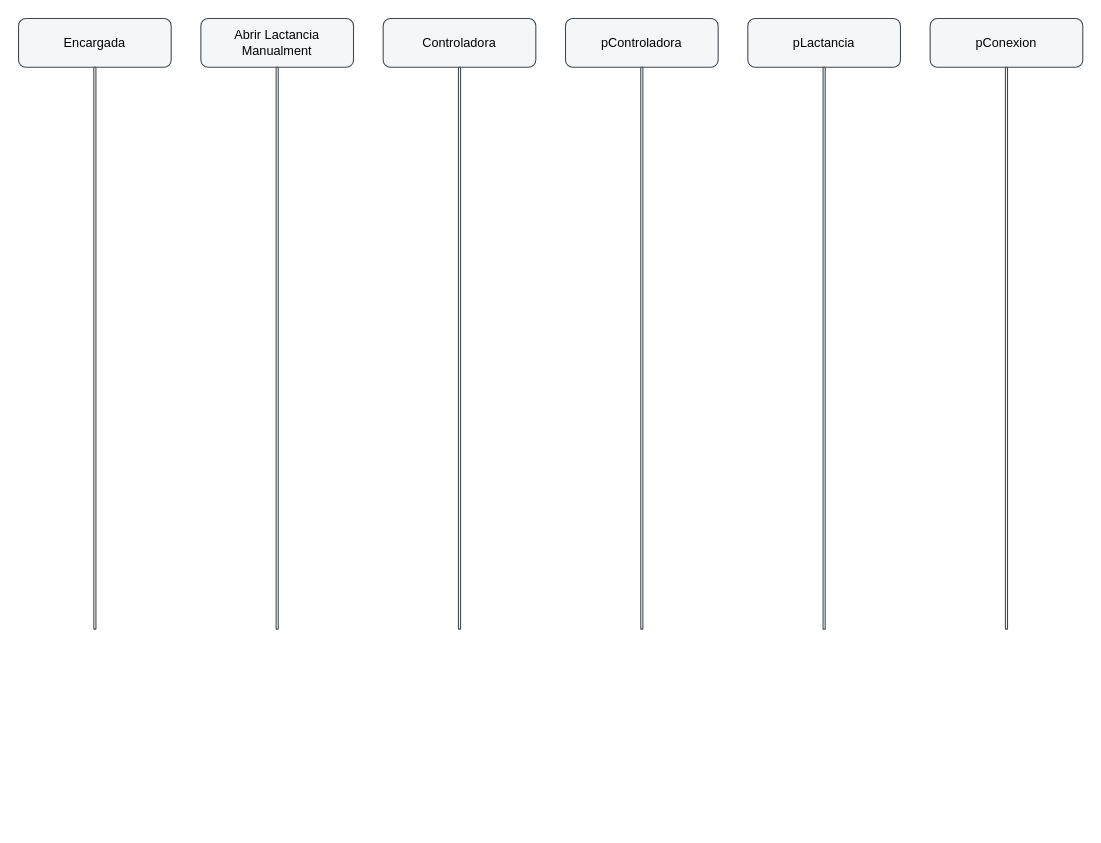
Earlier version of the draw.io diagram docs/diagramas/secuencia/secuencia-cu18.drawio (santinodelmonte/Tesis). Source tidied: cells renumbered, new cells numbered last; positions are measured from the earlier drawing's top-left corner, leaving out a move shared by most shapes. Both pictures are drawn from the tidied source at 106%, with x=0, y=0 at pixel (18, 18).
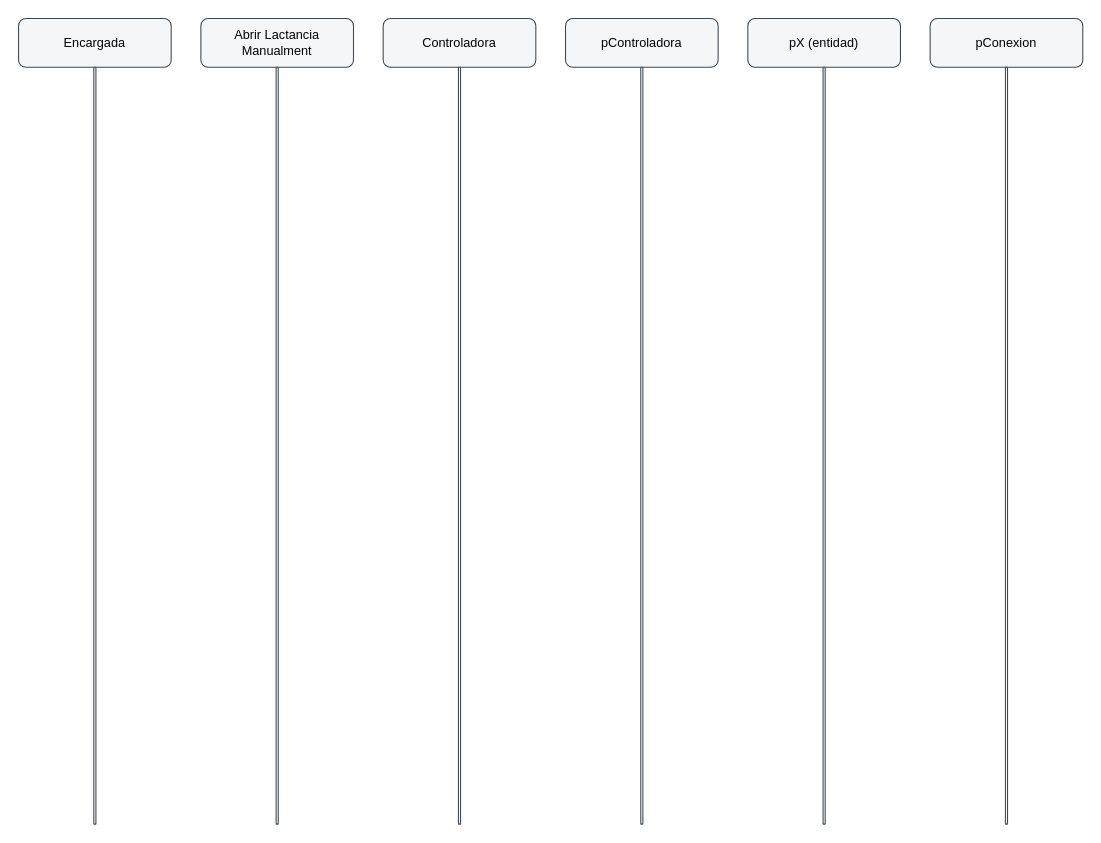
After the change.

Change to the diagram source:
```diff
@@
 <mxGraphModel>
   <root>
     <mxCell id="0" />
     <mxCell id="1" parent="0" />
     <mxCell id="2" value="Encargada" style="rounded=1;whiteSpace=wrap;html=1;fillColor=#f4f6f8;strokeColor=#40484f;" parent="1" vertex="1">
       <mxGeometry width="144" height="46" as="geometry" />
     </mxCell>
     <mxCell id="3" style="rounded=1;whiteSpace=wrap;html=1;fillColor=#f4f6f8;strokeColor=#40484f;" parent="1" vertex="1">
-      <mxGeometry x="71" y="46" width="2" height="530" as="geometry" />
+      <mxGeometry x="71" y="46" width="2" height="714" as="geometry" />
     </mxCell>
     <mxCell id="4" value="Abrir Lactancia Manualment" style="rounded=1;whiteSpace=wrap;html=1;fillColor=#f4f6f8;strokeColor=#40484f;" parent="1" vertex="1">
       <mxGeometry x="172" width="144" height="46" as="geometry" />
     </mxCell>
     <mxCell id="5" style="rounded=1;whiteSpace=wrap;html=1;fillColor=#f4f6f8;strokeColor=#40484f;" parent="1" vertex="1">
-      <mxGeometry x="243" y="46" width="2" height="530" as="geometry" />
+      <mxGeometry x="243" y="46" width="2" height="714" as="geometry" />
     </mxCell>
     <mxCell id="6" value="Controladora" style="rounded=1;whiteSpace=wrap;html=1;fillColor=#f4f6f8;strokeColor=#40484f;" parent="1" vertex="1">
       <mxGeometry x="344" width="144" height="46" as="geometry" />
     </mxCell>
     <mxCell id="7" style="rounded=1;whiteSpace=wrap;html=1;fillColor=#f4f6f8;strokeColor=#40484f;" parent="1" vertex="1">
-      <mxGeometry x="415" y="46" width="2" height="530" as="geometry" />
+      <mxGeometry x="415" y="46" width="2" height="714" as="geometry" />
     </mxCell>
     <mxCell id="8" value="pControladora" style="rounded=1;whiteSpace=wrap;html=1;fillColor=#f4f6f8;strokeColor=#40484f;" parent="1" vertex="1">
       <mxGeometry x="516" width="144" height="46" as="geometry" />
     </mxCell>
     <mxCell id="9" style="rounded=1;whiteSpace=wrap;html=1;fillColor=#f4f6f8;strokeColor=#40484f;" parent="1" vertex="1">
-      <mxGeometry x="587" y="46" width="2" height="530" as="geometry" />
+      <mxGeometry x="587" y="46" width="2" height="714" as="geometry" />
     </mxCell>
-    <mxCell id="10" value="pLactancia" style="rounded=1;whiteSpace=wrap;html=1;fillColor=#f4f6f8;strokeColor=#40484f;" parent="1" vertex="1">
+    <mxCell id="10" value="pX (entidad)" style="rounded=1;whiteSpace=wrap;html=1;fillColor=#f4f6f8;strokeColor=#40484f;" parent="1" vertex="1">
       <mxGeometry x="688" width="144" height="46" as="geometry" />
     </mxCell>
     <mxCell id="11" style="rounded=1;whiteSpace=wrap;html=1;fillColor=#f4f6f8;strokeColor=#40484f;" parent="1" vertex="1">
-      <mxGeometry x="759" y="46" width="2" height="530" as="geometry" />
+      <mxGeometry x="759" y="46" width="2" height="714" as="geometry" />
     </mxCell>
     <mxCell id="12" value="pConexion" style="rounded=1;whiteSpace=wrap;html=1;fillColor=#f4f6f8;strokeColor=#40484f;" parent="1" vertex="1">
       <mxGeometry x="860" width="144" height="46" as="geometry" />
     </mxCell>
     <mxCell id="13" style="rounded=1;whiteSpace=wrap;html=1;fillColor=#f4f6f8;strokeColor=#40484f;" parent="1" vertex="1">
-      <mxGeometry x="931" y="46" width="2" height="530" as="geometry" />
+      <mxGeometry x="931" y="46" width="2" height="714" as="geometry" />
     </mxCell>
   </root>
 </mxGraphModel>
```
